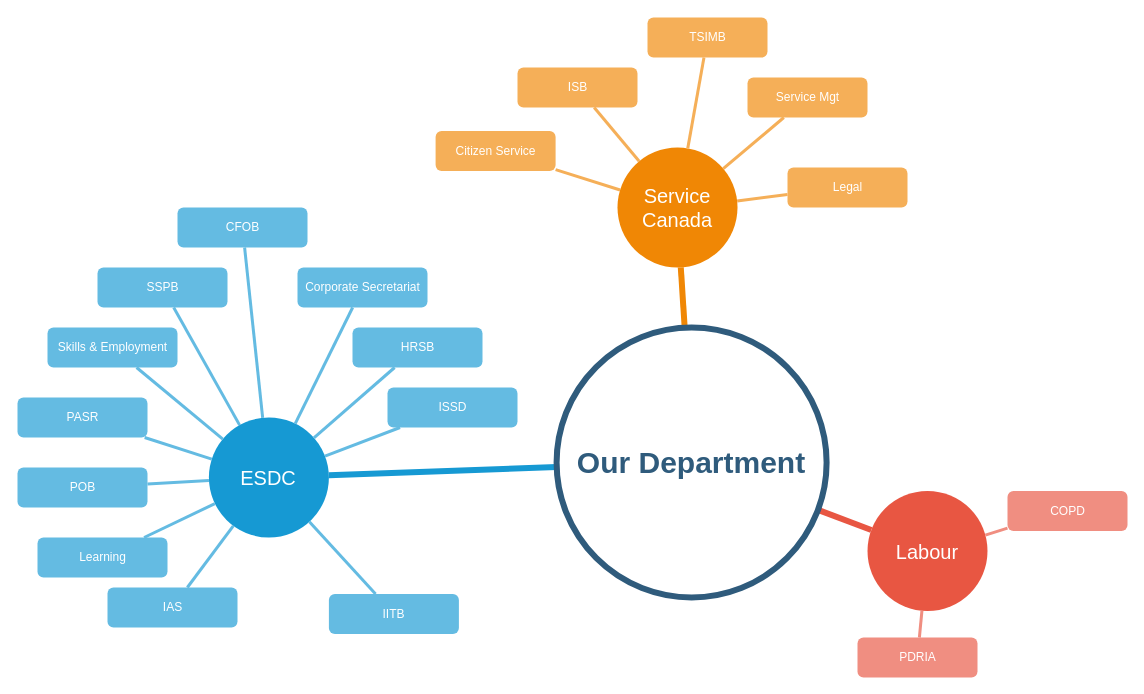
The draw.io diagram drawio/en/ESDC_overview.drawio in sara-sabr/ITStrategy, before the edit. Source tidied: cells renumbered, new cells numbered last; positions are measured from the earlier drawing's top-left corner, leaving out a move shared by most shapes. Both pictures are drawn from the tidied source at 100%, with x=0, y=0 at pixel (17, 17).
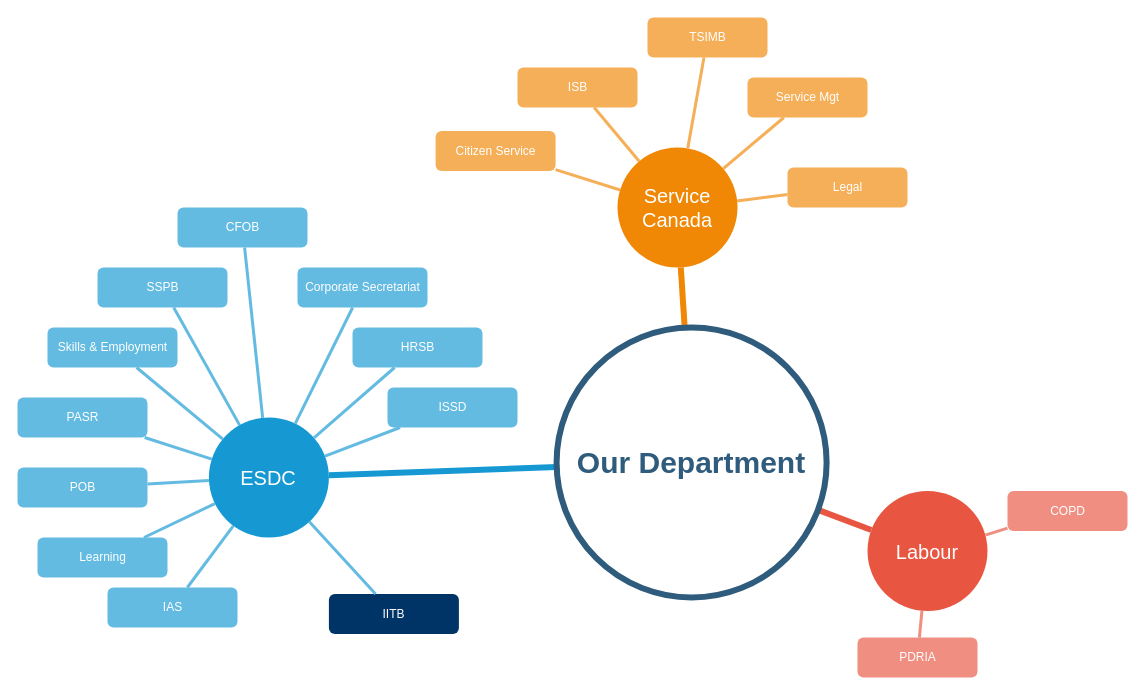
The same page after the edit.

Commit message (it also covers changes not shown here):
ESDC Overview image mod

What changed in the source:
```diff
@@
-    <mxCell id="18" value="IITB" style="rounded=1;fillColor=#64BBE2;strokeColor=none;strokeWidth=3;shadow=0;html=1;fontColor=#FFFFFF;" parent="1" vertex="1">
+    <mxCell id="18" value="IITB" style="rounded=1;fillColor=#003366;strokeColor=none;strokeWidth=3;shadow=0;html=1;fontColor=#FFFFFF;" parent="1" vertex="1">
       <mxGeometry x="311.4" y="576.5" width="130" height="40" as="geometry" />
     </mxCell>
```
